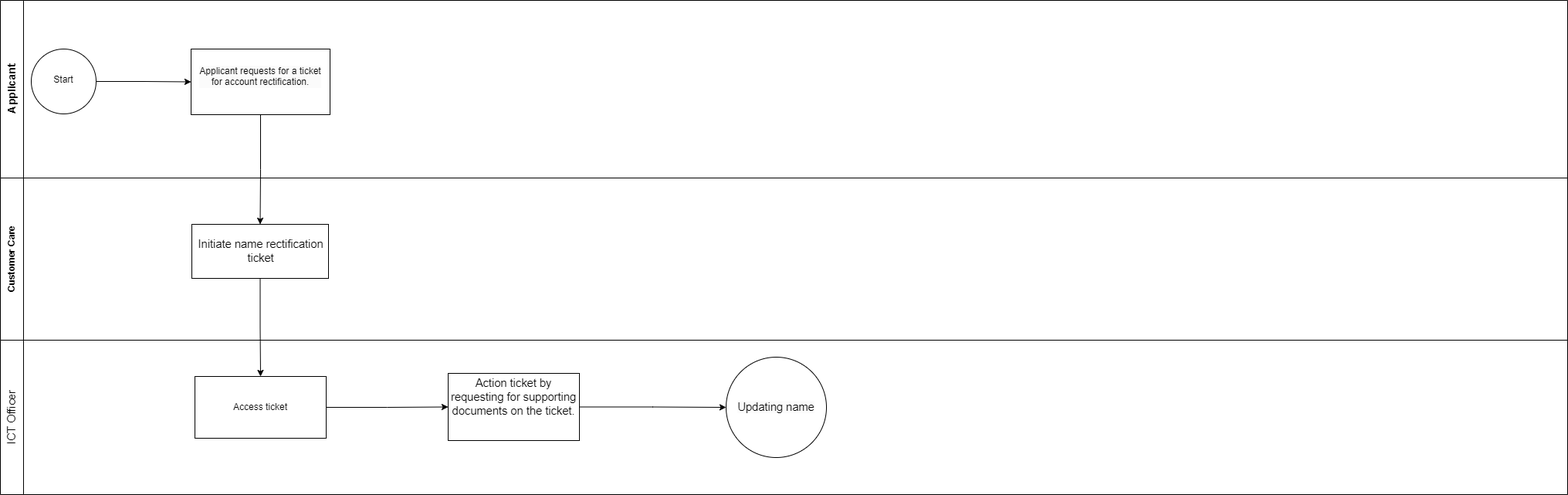
Earlier version of the draw.io export Edit Company Names.drawio.png (geoprojectke/BPMN). Source tidied: cells renumbered, new cells last; positions are measured from the earlier drawing's top-left corner, leaving out a move shared by most shapes.
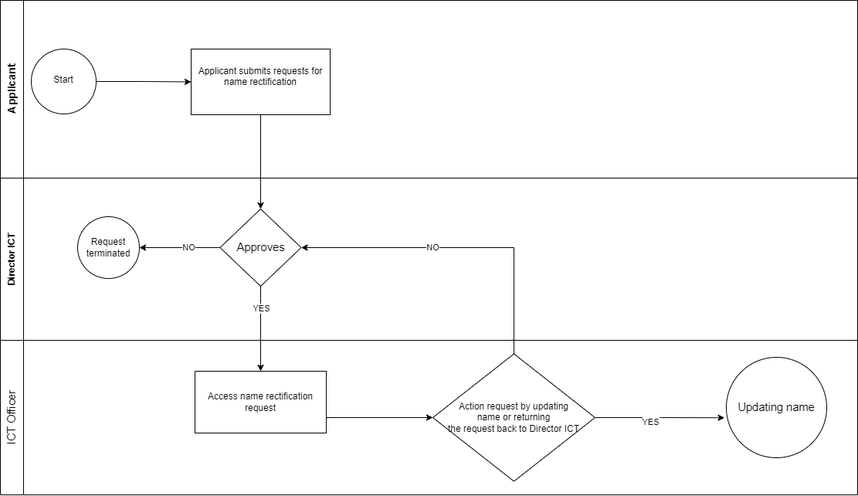
After the change.

The edit, as a diff of the source:
```diff
@@ -3,7 +3,7 @@
     <mxCell id="0" />
     <mxCell id="1" parent="0" />
     <mxCell id="2" value="&lt;span style=&quot;font-size: 14px;&quot;&gt;Applicant&lt;/span&gt;" style="swimlane;html=1;startSize=30;horizontal=0;" parent="1" vertex="1">
-      <mxGeometry width="2030" height="230" as="geometry" />
+      <mxGeometry width="1110" height="230" as="geometry" />
     </mxCell>
     <mxCell id="3" style="edgeStyle=orthogonalEdgeStyle;rounded=0;jettySize=auto;html=1;exitX=1;exitY=0.5;exitDx=0;exitDy=0;exitPerimeter=0;entryX=0;entryY=0.5;entryDx=0;entryDy=0;" parent="2" edge="1" source="4" target="6">
       <mxGeometry relative="1" as="geometry" />
@@ -14,38 +14,61 @@
     <mxCell id="5" value="Start" style="text;html=1;align=center;verticalAlign=middle;whiteSpace=wrap;rounded=0;" parent="2" vertex="1">
       <mxGeometry x="52" y="88" width="60" height="30" as="geometry" />
     </mxCell>
-    <mxCell id="6" value="&#10;&lt;span style=&quot;forced-color-adjust: none; color: rgb(0, 0, 0); font-family: Helvetica; font-size: 12px; font-style: normal; font-variant-ligatures: normal; font-variant-caps: normal; font-weight: 400; letter-spacing: normal; orphans: 2; text-align: center; text-indent: 0px; text-transform: none; widows: 2; word-spacing: 0px; -webkit-text-stroke-width: 0px; white-space: nowrap; background-color: rgb(251, 251, 251); text-decoration-thickness: initial; text-decoration-style: initial; text-decoration-color: initial;&quot;&gt;Applicant requests for a ticket&lt;/span&gt;&lt;div style=&quot;forced-color-adjust: none; color: rgb(0, 0, 0); font-family: Helvetica; font-size: 12px; font-style: normal; font-variant-ligatures: normal; font-variant-caps: normal; font-weight: 400; letter-spacing: normal; orphans: 2; text-align: center; text-indent: 0px; text-transform: none; widows: 2; word-spacing: 0px; -webkit-text-stroke-width: 0px; white-space: normal; background-color: rgb(251, 251, 251); text-decoration-thickness: initial; text-decoration-style: initial; text-decoration-color: initial;&quot;&gt;&lt;span style=&quot;forced-color-adjust: none; text-wrap: nowrap;&quot;&gt;for account rectification.&lt;/span&gt;&lt;/div&gt;&#10;&#10;" style="rounded=0;whiteSpace=wrap;html=1;" parent="2" vertex="1">
+    <mxCell id="6" value="&lt;br&gt;&lt;span style=&quot;forced-color-adjust: none; color: rgb(0, 0, 0); font-family: Helvetica; font-size: 12px; font-style: normal; font-variant-ligatures: normal; font-variant-caps: normal; font-weight: 400; letter-spacing: normal; orphans: 2; text-align: center; text-indent: 0px; text-transform: none; widows: 2; word-spacing: 0px; -webkit-text-stroke-width: 0px; white-space: nowrap; background-color: rgb(251, 251, 251); text-decoration-thickness: initial; text-decoration-style: initial; text-decoration-color: initial;&quot;&gt;Applicant submits requests for&lt;/span&gt;&lt;div&gt;&lt;span style=&quot;forced-color-adjust: none; color: rgb(0, 0, 0); font-family: Helvetica; font-size: 12px; font-style: normal; font-variant-ligatures: normal; font-variant-caps: normal; font-weight: 400; letter-spacing: normal; orphans: 2; text-align: center; text-indent: 0px; text-transform: none; widows: 2; word-spacing: 0px; -webkit-text-stroke-width: 0px; white-space: nowrap; background-color: rgb(251, 251, 251); text-decoration-thickness: initial; text-decoration-style: initial; text-decoration-color: initial;&quot;&gt;name rectification&lt;br&gt;&lt;/span&gt;&lt;br&gt;&lt;br&gt;&lt;/div&gt;" style="rounded=0;whiteSpace=wrap;html=1;" parent="2" vertex="1">
       <mxGeometry x="247" y="63" width="180" height="85" as="geometry" />
     </mxCell>
     <mxCell id="7" value="&lt;span id=&quot;docs-internal-guid-fd40cb88-7fff-27cf-8eea-73fb7099241d&quot; style=&quot;font-weight:normal;&quot;&gt;&lt;span style=&quot;font-size: 11pt; font-family: Arial, sans-serif; background-color: transparent; font-variant-numeric: normal; font-variant-east-asian: normal; font-variant-alternates: normal; font-variant-position: normal; vertical-align: baseline; white-space-collapse: preserve;&quot;&gt;ICT Officer&lt;/span&gt;&lt;/span&gt;" style="swimlane;horizontal=0;whiteSpace=wrap;html=1;startSize=30;" parent="1" vertex="1">
-      <mxGeometry y="440" width="2030" height="200" as="geometry" />
+      <mxGeometry y="440" width="1110" height="200" as="geometry" />
     </mxCell>
-    <mxCell id="8" style="edgeStyle=orthogonalEdgeStyle;rounded=0;jettySize=auto;html=1;exitX=1;exitY=0.5;exitDx=0;exitDy=0;entryX=0;entryY=0.5;entryDx=0;entryDy=0;" parent="7" edge="1" source="9" target="11">
-      <mxGeometry relative="1" as="geometry" />
-    </mxCell>
+    <mxCell id="17" style="edgeStyle=orthogonalEdgeStyle;rounded=0;jettySize=auto;html=1;exitX=1;exitY=0.75;exitDx=0;exitDy=0;entryX=0;entryY=0.5;entryDx=0;entryDy=0;" parent="7" edge="1" source="9" target="18">
+      <mxGeometry relative="1" as="geometry" />
+    </mxCell>
-    <mxCell id="9" value="&lt;div&gt;Access ticket&lt;/div&gt;" style="rounded=0;whiteSpace=wrap;html=1;" parent="7" vertex="1">
-      <mxGeometry x="252" y="47" width="170" height="80" as="geometry" />
+    <mxCell id="9" value="&lt;div&gt;Access name rectification request&lt;/div&gt;" style="rounded=0;whiteSpace=wrap;html=1;" parent="7" vertex="1">
+      <mxGeometry x="252" y="40" width="170" height="80" as="geometry" />
     </mxCell>
-    <mxCell id="10" style="edgeStyle=orthogonalEdgeStyle;rounded=0;jettySize=auto;html=1;exitX=1;exitY=0.5;exitDx=0;exitDy=0;entryX=0;entryY=0.5;entryDx=0;entryDy=0;" parent="7" edge="1" source="11" target="12">
-      <mxGeometry relative="1" as="geometry" />
-    </mxCell>
-    <mxCell id="11" value="&#10;&lt;b style=&quot;forced-color-adjust: none; font-weight: normal;&quot; id=&quot;docs-internal-guid-998cd49e-7fff-c649-8126-0c88b85e77fa&quot;&gt;&lt;p style=&quot;forced-color-adjust: none; line-height: 1.2; margin-top: 0pt; margin-bottom: 0pt;&quot; dir=&quot;ltr&quot;&gt;&lt;span style=&quot;forced-color-adjust: none; font-size: 11pt; font-family: Arial, sans-serif; color: rgb(0, 0, 0); background-color: transparent; font-weight: 400; font-style: normal; font-variant: normal; text-decoration: none; vertical-align: baseline; white-space: pre-wrap;&quot;&gt;&lt;br class=&quot;Apple-interchange-newline&quot;&gt;Action ticket by requesting for supporting documents on the ticket.&lt;/span&gt;&lt;/p&gt;&lt;/b&gt;&lt;br style=&quot;forced-color-adjust: none;&quot; class=&quot;Apple-interchange-newline&quot;&gt;&lt;div style=&quot;forced-color-adjust: none;&quot;&gt;&lt;br style=&quot;forced-color-adjust: none; color: rgb(0, 0, 0); font-family: Helvetica; font-size: 12px; font-style: normal; font-variant-ligatures: normal; font-variant-caps: normal; font-weight: 400; letter-spacing: normal; orphans: 2; text-align: center; text-indent: 0px; text-transform: none; widows: 2; word-spacing: 0px; -webkit-text-stroke-width: 0px; white-space: normal; background-color: rgb(251, 251, 251); text-decoration-thickness: initial; text-decoration-style: initial; text-decoration-color: initial;&quot;&gt;&#10;&#10;&lt;/div&gt;" style="rounded=0;whiteSpace=wrap;html=1;" parent="7" vertex="1">
-      <mxGeometry x="580" y="43" width="170" height="87" as="geometry" />
-    </mxCell>
     <mxCell id="12" value="&#10;&lt;br style=&quot;forced-color-adjust: none; color: rgb(0, 0, 0); font-family: Helvetica; font-size: 12px; font-style: normal; font-variant-ligatures: normal; font-variant-caps: normal; font-weight: 400; letter-spacing: normal; orphans: 2; text-align: center; text-indent: 0px; text-transform: none; widows: 2; word-spacing: 0px; -webkit-text-stroke-width: 0px; white-space: normal; background-color: rgb(251, 251, 251); text-decoration-thickness: initial; text-decoration-style: initial; text-decoration-color: initial;&quot;&gt;&lt;span style=&quot;forced-color-adjust: none; color: rgb(0, 0, 0); font-style: normal; font-variant-ligatures: normal; font-variant-caps: normal; font-weight: 400; letter-spacing: normal; orphans: 2; text-align: center; text-indent: 0px; text-transform: none; widows: 2; word-spacing: 0px; -webkit-text-stroke-width: 0px; white-space: pre-wrap; text-decoration-thickness: initial; text-decoration-style: initial; text-decoration-color: initial; font-family: Arial, sans-serif; font-size: 14.6667px; background-color: rgb(251, 251, 251); float: none; display: inline !important;&quot;&gt;Updating name&lt;/span&gt;&lt;br style=&quot;forced-color-adjust: none; color: rgb(0, 0, 0); font-family: Helvetica; font-size: 12px; font-style: normal; font-variant-ligatures: normal; font-variant-caps: normal; font-weight: 400; letter-spacing: normal; orphans: 2; text-align: center; text-indent: 0px; text-transform: none; widows: 2; word-spacing: 0px; -webkit-text-stroke-width: 0px; white-space: normal; background-color: rgb(251, 251, 251); text-decoration-thickness: initial; text-decoration-style: initial; text-decoration-color: initial;&quot;&gt;&#10;&#10;" style="ellipse;whiteSpace=wrap;html=1;" parent="7" vertex="1">
       <mxGeometry x="940" y="22" width="130" height="130" as="geometry" />
     </mxCell>
+    <mxCell id="18" value="&lt;span id=&quot;docs-internal-guid-d4251572-7fff-4d2f-7400-6fd5fa529221&quot;&gt;&lt;span style=&quot;font-family: Arial, sans-serif; background-color: transparent; font-variant-numeric: normal; font-variant-east-asian: normal; font-variant-alternates: normal; font-variant-position: normal; vertical-align: baseline; white-space-collapse: preserve;&quot;&gt;&lt;font style=&quot;font-size: 12px;&quot;&gt;Action request by updating&lt;/font&gt;&lt;/span&gt;&lt;/span&gt;&lt;div&gt;&lt;span&gt;&lt;span style=&quot;font-family: Arial, sans-serif; background-color: transparent; font-variant-numeric: normal; font-variant-east-asian: normal; font-variant-alternates: normal; font-variant-position: normal; vertical-align: baseline; white-space-collapse: preserve;&quot;&gt;&lt;font style=&quot;font-size: 12px;&quot;&gt;name or returning&lt;/font&gt;&lt;/span&gt;&lt;/span&gt;&lt;/div&gt;&lt;div&gt;&lt;span&gt;&lt;span style=&quot;font-family: Arial, sans-serif; background-color: transparent; font-variant-numeric: normal; font-variant-east-asian: normal; font-variant-alternates: normal; font-variant-position: normal; vertical-align: baseline; white-space-collapse: preserve;&quot;&gt;&lt;font style=&quot;font-size: 12px;&quot;&gt;the request back to Director ICT&lt;/font&gt;&lt;/span&gt;&lt;/span&gt;&lt;/div&gt;" style="rhombus;whiteSpace=wrap;html=1;" parent="7" vertex="1">
+      <mxGeometry x="560" y="17.5" width="210" height="165" as="geometry" />
+    </mxCell>
+    <mxCell id="19" style="edgeStyle=orthogonalEdgeStyle;rounded=0;jettySize=auto;html=1;exitX=1;exitY=0.5;exitDx=0;exitDy=0;entryX=-0.018;entryY=0.602;entryDx=0;entryDy=0;entryPerimeter=0;" parent="7" edge="1" source="18" target="12">
+      <mxGeometry relative="1" as="geometry" />
+    </mxCell>
+    <mxCell id="20" value="YES" style="edgeLabel;html=1;align=center;verticalAlign=middle;" parent="19" vertex="1">
+      <mxGeometry x="-0.17" y="-5" relative="1" as="geometry">
+        <mxPoint x="1" as="offset" />
+      </mxGeometry>
+    </mxCell>
-    <mxCell id="13" value="Customer Care" style="swimlane;horizontal=0;whiteSpace=wrap;html=1;startSize=30;" parent="1" vertex="1">
-      <mxGeometry y="230" width="2030" height="210" as="geometry" />
+    <mxCell id="13" value="Director ICT" style="swimlane;horizontal=0;whiteSpace=wrap;html=1;startSize=30;" parent="1" vertex="1">
+      <mxGeometry y="230" width="1110" height="210" as="geometry" />
     </mxCell>
-    <mxCell id="14" value="&lt;div style=&quot;text-align: center;&quot;&gt;&lt;span id=&quot;docs-internal-guid-fe5fa9aa-7fff-2ce2-d6b7-dff2e23e2412&quot;&gt;&lt;span style=&quot;font-size: 11pt; font-family: Arial, sans-serif; background-color: transparent; font-variant-numeric: normal; font-variant-east-asian: normal; font-variant-alternates: normal; font-variant-position: normal; vertical-align: baseline; white-space-collapse: preserve;&quot;&gt;Initiate name rectification ticket&lt;/span&gt;&lt;/span&gt;&lt;br&gt;&lt;/div&gt;" style="whiteSpace=wrap;html=1;align=left;" parent="13" vertex="1">
-      <mxGeometry x="248" y="60" width="177" height="70" as="geometry" />
-    </mxCell>
-    <mxCell id="15" style="edgeStyle=orthogonalEdgeStyle;rounded=0;jettySize=auto;html=1;exitX=0.5;exitY=1;exitDx=0;exitDy=0;entryX=0.5;entryY=0;entryDx=0;entryDy=0;" parent="1" edge="1" source="14" target="9">
-      <mxGeometry relative="1" as="geometry" />
-    </mxCell>
-    <mxCell id="16" style="edgeStyle=orthogonalEdgeStyle;rounded=0;jettySize=auto;html=1;exitX=0.5;exitY=1;exitDx=0;exitDy=0;entryX=0.5;entryY=0;entryDx=0;entryDy=0;" parent="1" edge="1" source="6" target="14">
-      <mxGeometry relative="1" as="geometry" />
-    </mxCell>
+    <mxCell id="21" style="edgeStyle=orthogonalEdgeStyle;rounded=0;jettySize=auto;html=1;exitX=0;exitY=0.5;exitDx=0;exitDy=0;entryX=1;entryY=0.5;entryDx=0;entryDy=0;" parent="13" edge="1" source="23" target="24">
+      <mxGeometry relative="1" as="geometry" />
+    </mxCell>
+    <mxCell id="22" value="NO" style="edgeLabel;html=1;align=center;verticalAlign=middle;" parent="21" vertex="1">
+      <mxGeometry x="-0.2" y="-1" relative="1" as="geometry" />
+    </mxCell>
+    <mxCell id="23" value="&lt;span id=&quot;docs-internal-guid-aa414cdd-7fff-c79b-bb13-ba396196d513&quot;&gt;&lt;span style=&quot;font-size: 11pt; font-family: Arial, sans-serif; background-color: transparent; font-variant-numeric: normal; font-variant-east-asian: normal; font-variant-alternates: normal; font-variant-position: normal; vertical-align: baseline; white-space-collapse: preserve;&quot;&gt;Approves&lt;/span&gt;&lt;/span&gt;" style="rhombus;whiteSpace=wrap;html=1;" parent="13" vertex="1">
+      <mxGeometry x="284.5" y="40" width="105" height="100" as="geometry" />
+    </mxCell>
+    <mxCell id="24" value="Request terminated" style="ellipse;whiteSpace=wrap;html=1;" parent="13" vertex="1">
+      <mxGeometry x="100" y="50" width="80" height="80" as="geometry" />
+    </mxCell>
+    <mxCell id="25" style="edgeStyle=orthogonalEdgeStyle;rounded=0;jettySize=auto;html=1;exitX=0.5;exitY=1;exitDx=0;exitDy=0;entryX=0.5;entryY=0;entryDx=0;entryDy=0;" parent="1" edge="1" source="23" target="9">
+      <mxGeometry relative="1" as="geometry" />
+    </mxCell>
+    <mxCell id="26" value="YES" style="edgeLabel;html=1;align=center;verticalAlign=middle;" parent="25" vertex="1">
+      <mxGeometry x="-0.48" relative="1" as="geometry" />
+    </mxCell>
+    <mxCell id="27" style="edgeStyle=orthogonalEdgeStyle;rounded=0;jettySize=auto;html=1;exitX=0.5;exitY=1;exitDx=0;exitDy=0;entryX=0.5;entryY=0;entryDx=0;entryDy=0;" parent="1" edge="1" source="6" target="23">
+      <mxGeometry relative="1" as="geometry" />
+    </mxCell>
+    <mxCell id="28" style="edgeStyle=orthogonalEdgeStyle;rounded=0;jettySize=auto;html=1;exitX=0.5;exitY=0;exitDx=0;exitDy=0;entryX=1;entryY=0.5;entryDx=0;entryDy=0;" parent="1" edge="1" source="18" target="23">
+      <mxGeometry relative="1" as="geometry" />
+    </mxCell>
+    <mxCell id="29" value="NO" style="edgeLabel;html=1;align=center;verticalAlign=middle;" parent="28" vertex="1">
+      <mxGeometry x="0.18" y="-1" relative="1" as="geometry" />
+    </mxCell>
   </root>
 </mxGraphModel>
```
